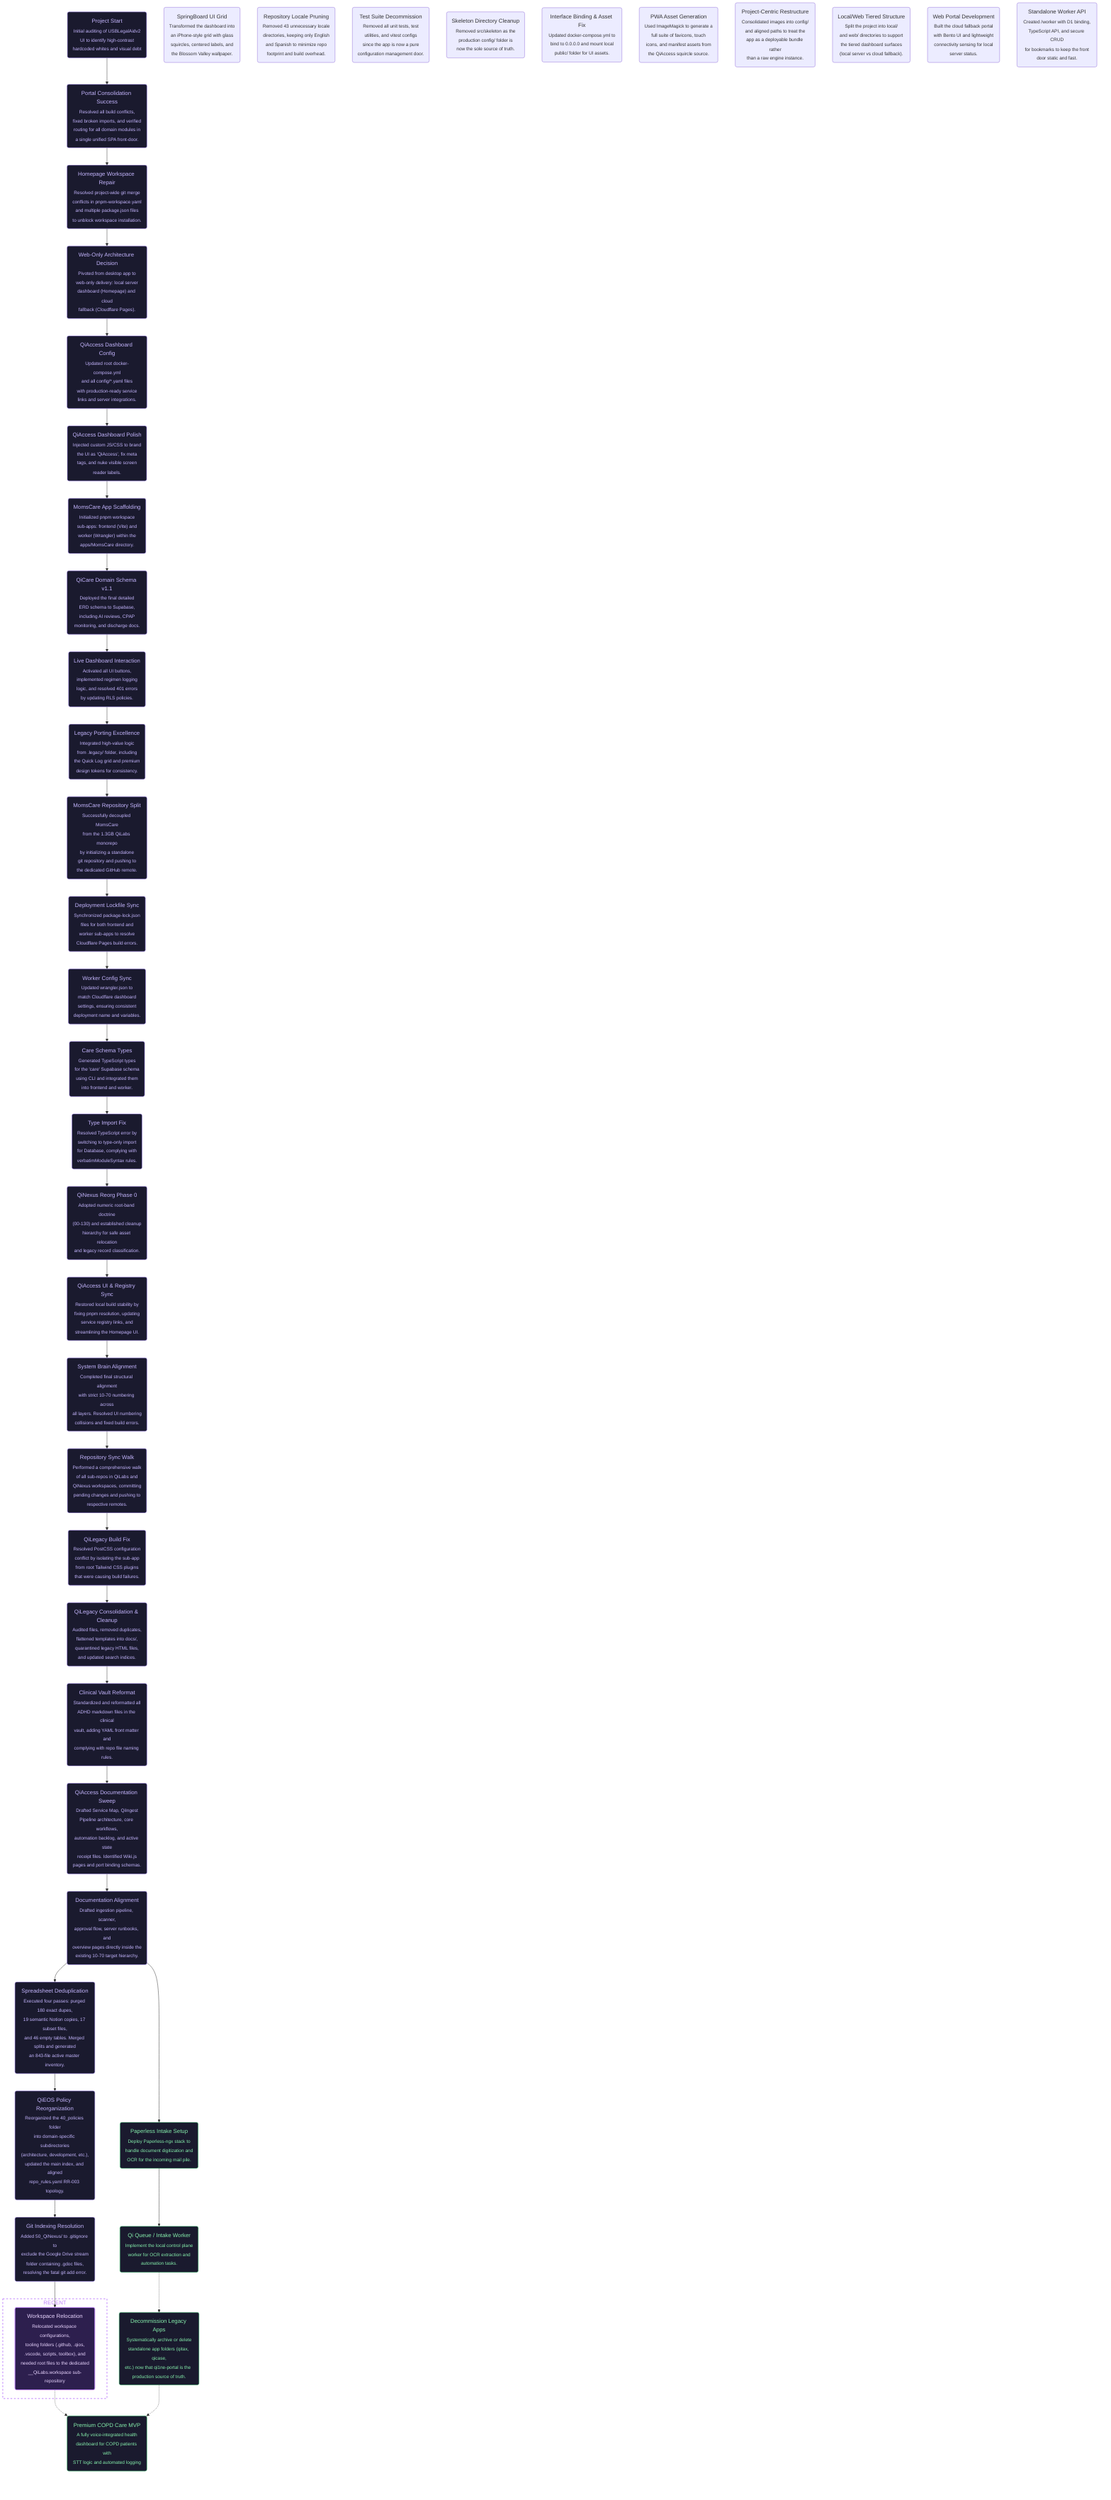
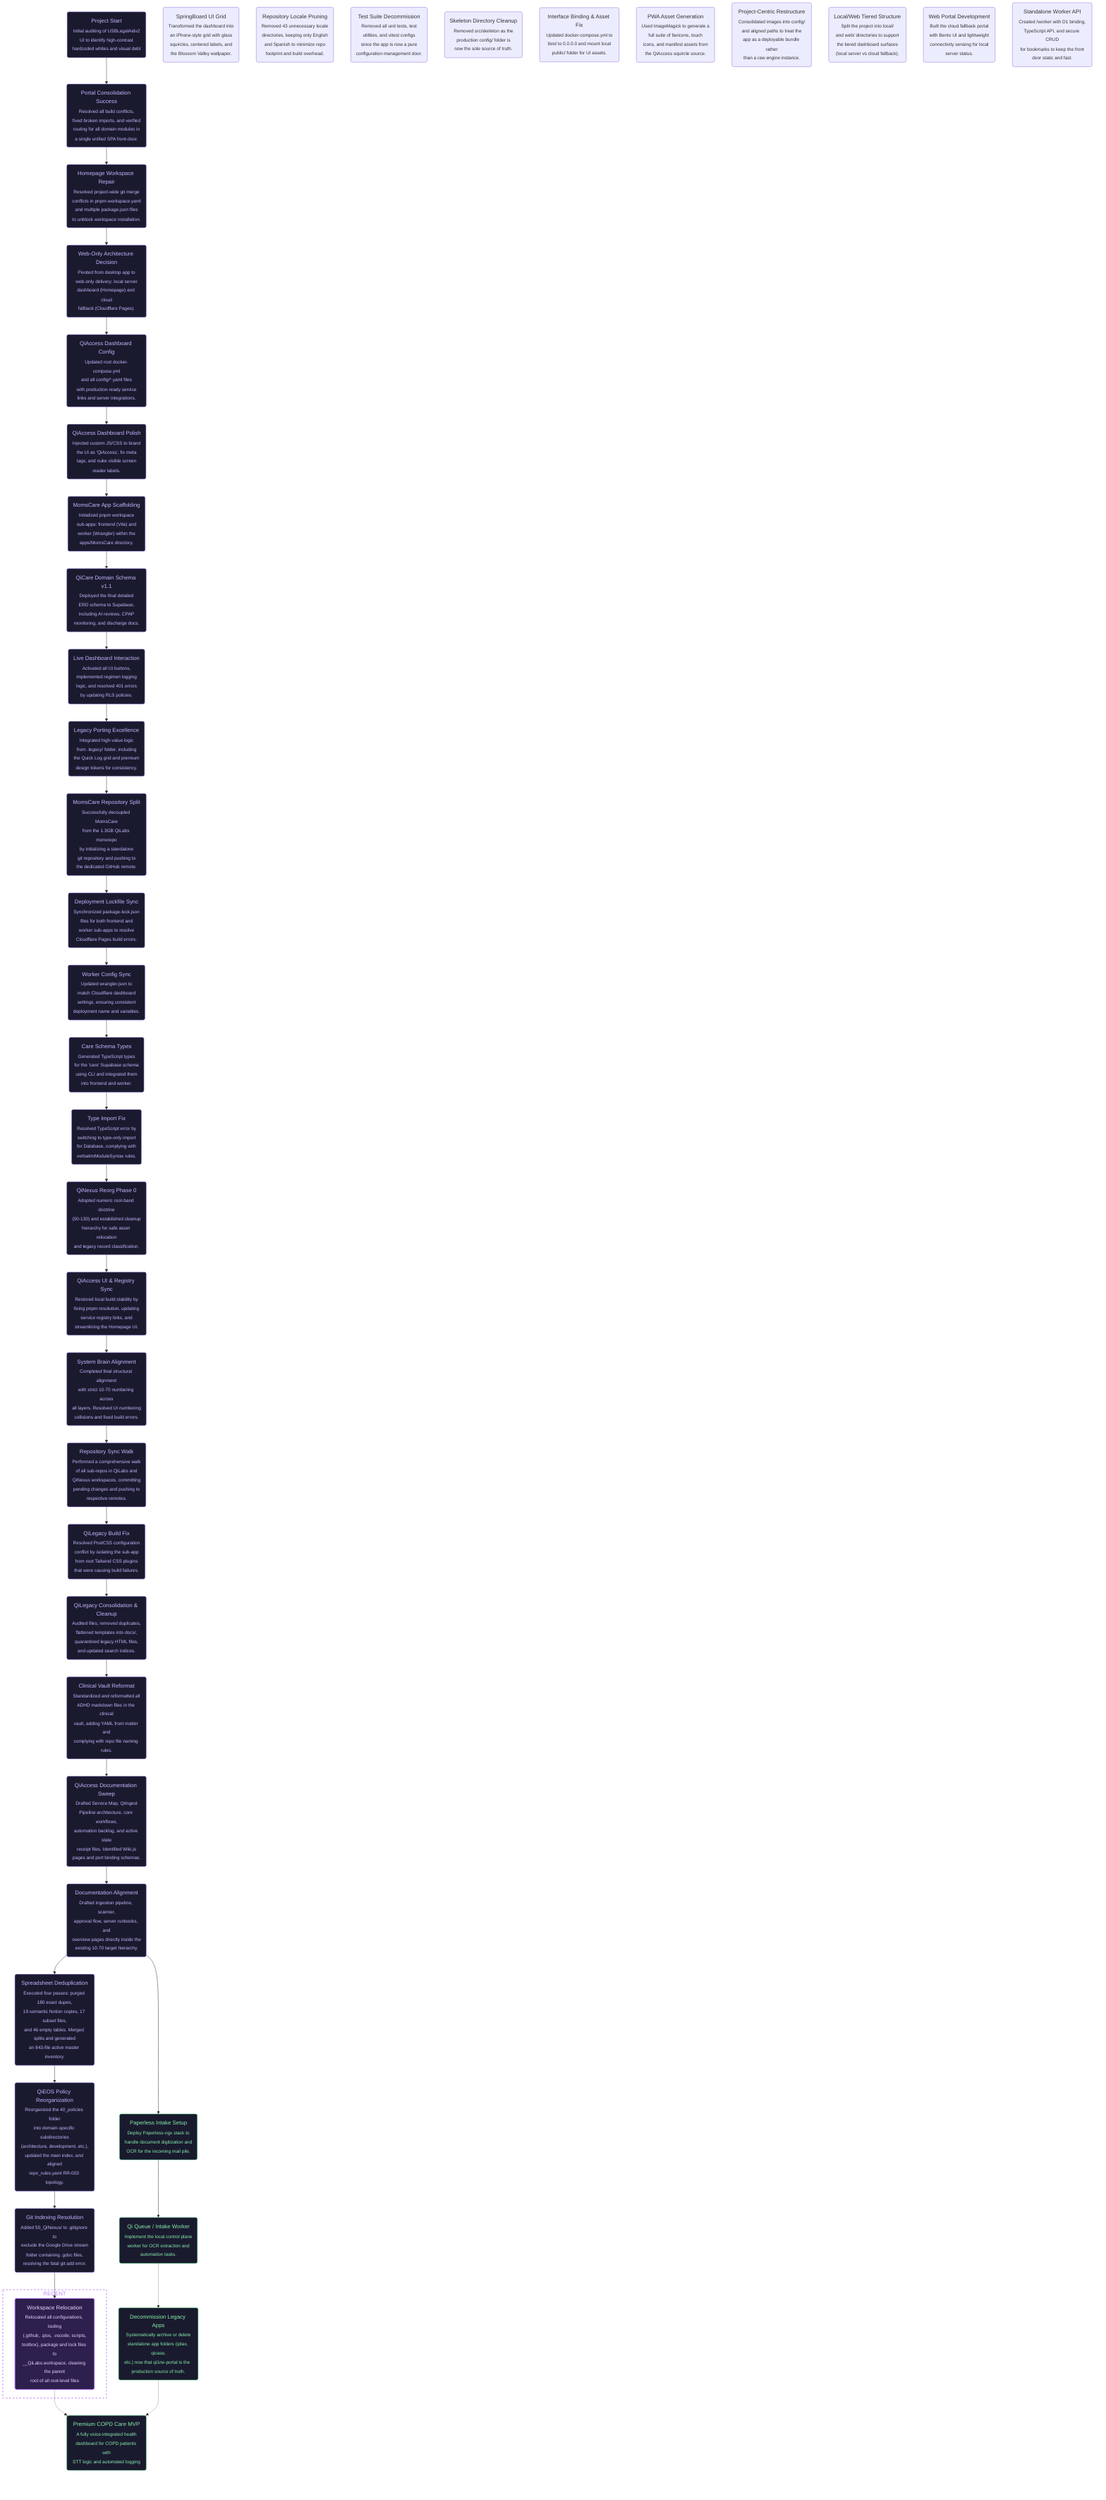
flowchart TD
    %% === PROJECT GOALS ===
    %% Ultimate Goal: Premium Glassmorphic COPD Care MVP (QiHome / Mom Care)
    %% Current Goal: MomsCare MVP Development (Today Screen + Schema)

    %% === START ===
    %% @project_start [start, closed, 2026-04-04, nam]
    project_start("Project Start<br/><sub>Initial auditing of USBLegalAidv2<br/>UI to identify high-contrast<br/>hardcoded whites and visual debt</sub>")

    %% @ultimate_goal [end, opened, 2026-04-09, nam]
    ultimate_goal("Premium COPD Care MVP<br/><sub>A fully voice-integrated health<br/>dashboard for COPD patients with<br/>STT logic and automated logging</sub>")

    %% === COMPLETED WORK ===
    %% @consolidation_success [ai-task, closed, 2026-04-19, nam]
    consolidation_success("Portal Consolidation Success<br/><sub>Resolved all build conflicts,<br/>fixed broken imports, and verified<br/>routing for all domain modules in<br/>a single unified SPA front-door.</sub>")

    %% @homepage_setup [ai-task, closed, 2026-04-21, nam]
    homepage_setup("Homepage Workspace Repair<br/><sub>Resolved project-wide git merge<br/>conflicts in pnpm-workspace.yaml<br/>and multiple package.json files<br/>to unblock workspace installation.</sub>")

    %% @web_only_decision [human-task, closed, 2026-04-21, user]
    web_only_decision("Web-Only Architecture Decision<br/><sub>Pivoted from desktop app to<br/>web-only delivery: local server<br/>dashboard (Homepage) and cloud<br/>fallback (Cloudflare Pages).</sub>")

    %% @homepage_config [ai-task, closed, 2026-04-21, nam]
    homepage_config("QiAccess Dashboard Config<br/><sub>Updated root docker-compose.yml<br/>and all config/*.yaml files<br/>with production-ready service<br/>links and server integrations.</sub>")

    %% @homepage_polish [ai-task, closed, 2026-04-21, nam]
    homepage_polish("QiAccess Dashboard Polish<br/><sub>Injected custom JS/CSS to brand<br/>the UI as 'QiAccess', fix meta<br/>tags, and nuke visible screen<br/>reader labels.</sub>")

    %% @springboard_ui [ai-task, closed, 2026-04-21, nam]
    springboard_ui("SpringBoard UI Grid<br/><sub>Transformed the dashboard into<br/>an iPhone-style grid with glass<br/>squircles, centered labels, and<br/>the Blossom Valley wallpaper.</sub>")

    %% @repo_pruning [ai-task, closed, 2026-04-21, nam]
    repo_pruning("Repository Locale Pruning<br/><sub>Removed 43 unnecessary locale<br/>directories, keeping only English<br/>and Spanish to minimize repo<br/>footprint and build overhead.</sub>")

    %% @test_pruning [ai-task, closed, 2026-04-21, nam]
    test_pruning("Test Suite Decommission<br/><sub>Removed all unit tests, test<br/>utilities, and vitest configs<br/>since the app is now a pure<br/>configuration management door.</sub>")

    %% @skeleton_removal [ai-task, closed, 2026-04-21, nam]
    skeleton_removal("Skeleton Directory Cleanup<br/><sub>Removed src/skeleton as the<br/>production config/ folder is<br/>now the sole source of truth.</sub>")

    %% @compose_v3_fix [ai-task, closed, 2026-04-21, nam]
    compose_v3_fix("Interface Binding & Asset Fix<br/><sub>Updated docker-compose.yml to<br/>bind to 0.0.0.0 and mount local<br/>public/ folder for UI assets.</sub>")

    %% @pwa_asset_generation [ai-task, closed, 2026-04-21, nam]
    pwa_asset_generation("PWA Asset Generation<br/><sub>Used ImageMagick to generate a<br/>full suite of favicons, touch<br/>icons, and manifest assets from<br/>the QiAccess squircle source.</sub>")

    %% @project_centric_restructure [ai-task, closed, 2026-04-21, nam]
    project_centric_restructure("Project-Centric Restructure<br/><sub>Consolidated images into config/<br/>and aligned paths to treat the<br/>app as a deployable bundle rather<br/>than a raw engine instance.</sub>")

    %% @local_web_split [ai-task, closed, 2026-04-21, nam]
    local_web_split("Local/Web Tiered Structure<br/><sub>Split the project into local/<br/>and web/ directories to support<br/>the tiered dashboard surfaces<br/>(local server vs cloud fallback).</sub>")

    %% @web_portal_dev [ai-task, closed, 2026-04-21, nam]
    web_portal_dev("Web Portal Development<br/><sub>Built the cloud fallback portal<br/>with Bento UI and lightweight<br/>connectivity sensing for local<br/>server status.</sub>")

    %% @worker_api_dev [ai-task, closed, 2026-04-21, nam]
    worker_api_dev("Standalone Worker API<br/><sub>Created /worker with D1 binding,<br/>TypeScript API, and secure CRUD<br/>for bookmarks to keep the front<br/>door static and fast.</sub>")

    %% === COMPLETED WORK ===
    %% @moms_care_scaffold [ai-task, closed, 2026-04-21, nam]
    moms_care_scaffold("MomsCare App Scaffolding<br/><sub>Initialized pnpm workspace<br/>sub-apps: frontend (Vite) and<br/>worker (Wrangler) within the<br/>apps/MomsCare directory.</sub>")

    %% @moms_care_schema [ai-task, closed, 2026-04-21, nam]
    moms_care_schema("QiCare Domain Schema v1.1<br/><sub>Deployed the final detailed<br/>ERD schema to Supabase,<br/>including AI reviews, CPAP<br/>monitoring, and discharge docs.</sub>")

    %% @live_dashboard_interaction [ai-task, closed, 2026-04-21, nam]
    live_dashboard_interaction("Live Dashboard Interaction<br/><sub>Activated all UI buttons,<br/>implemented regimen logging<br/>logic, and resolved 401 errors<br/>by updating RLS policies.</sub>")

    %% @legacy_port [ai-task, closed, 2026-04-21, nam]
    legacy_port("Legacy Porting Excellence<br/><sub>Integrated high-value logic<br/>from .legacy/ folder, including<br/>the Quick Log grid and premium<br/>design tokens for consistency.</sub>")

    %% @momscare_repo_split [ai-task, closed, 2026-04-21, nam]
    momscare_repo_split("MomsCare Repository Split<br/><sub>Successfully decoupled MomsCare<br/>from the 1.3GB QiLabs monorepo<br/>by initializing a standalone<br/>git repository and pushing to<br/>the dedicated GitHub remote.</sub>")

    %% @deployment_lockfile_fix [ai-task, closed, 2026-04-21, nam]
    deployment_lockfile_fix("Deployment Lockfile Sync<br/><sub>Synchronized package-lock.json<br/>files for both frontend and<br/>worker sub-apps to resolve<br/>Cloudflare Pages build errors.</sub>")

    %% @worker_config_sync [ai-task, closed, 2026-04-21, nam]
    worker_config_sync("Worker Config Sync<br/><sub>Updated wrangler.json to<br/>match Cloudflare dashboard<br/>settings, ensuring consistent<br/>deployment name and variables.</sub>")

    %% @care_schema_types [ai-task, closed, 2026-04-21, nam]
    care_schema_types("Care Schema Types<br/><sub>Generated TypeScript types<br/>for the 'care' Supabase schema<br/>using CLI and integrated them<br/>into frontend and worker.</sub>")

    %% @type_import_fix [ai-task, closed, 2026-04-21, nam]
    type_import_fix("Type Import Fix<br/><sub>Resolved TypeScript error by<br/>switching to type-only import<br/>for Database, complying with<br/>verbatimModuleSyntax rules.</sub>")

    %% @qinexus_reorg_ph0 [ai-task, closed, 2026-05-10, antigravity]
    qinexus_reorg_ph0("QiNexus Reorg Phase 0<br/><sub>Adopted numeric root-band doctrine<br/>(00-130) and established cleanup<br/>hierarchy for safe asset relocation<br/>and legacy record classification.</sub>")

    %% @qiaccess_ui_repair [ai-task, closed, 2026-05-10, antigravity]
    qiaccess_ui_repair("QiAccess UI & Registry Sync<br/><sub>Restored local build stability by<br/>fixing pnpm resolution, updating<br/>service registry links, and<br/>streamlining the Homepage UI.</sub>")

    %% @brain_alignment_final [ai-task, closed, 2026-05-12, antigravity]
    brain_alignment_final("System Brain Alignment<br/><sub>Completed final structural alignment<br/>with strict 10-70 numbering across<br/>all layers. Resolved UI numbering<br/>collisions and fixed build errors.</sub>")

    %% === COMPLETED WORK ===
    %% @repo_sync_walk [ai-task, closed, 2026-05-15, antigravity]
    repo_sync_walk("Repository Sync Walk<br/><sub>Performed a comprehensive walk<br/>of all sub-repos in QiLabs and<br/>QiNexus workspaces, committing<br/>pending changes and pushing to<br/>respective remotes.</sub>")

    %% @qilegacy_build_fix [ai-task, closed, 2026-05-15, antigravity]
    qilegacy_build_fix("QiLegacy Build Fix<br/><sub>Resolved PostCSS configuration<br/>conflict by isolating the sub-app<br/>from root Tailwind CSS plugins<br/>that were causing build failures.</sub>")

    %% @qilegacy_restructure_cleanup [ai-task, closed, 2026-05-19, antigravity]
    qilegacy_restructure_cleanup("QiLegacy Consolidation & Cleanup<br/><sub>Audited files, removed duplicates,<br/>flattened templates into docs/,<br/>quarantined legacy HTML files,<br/>and updated search indices.</sub>")

    %% @clinical_vault_format [ai-task, closed, 2026-05-24, antigravity]
    clinical_vault_format("Clinical Vault Reformat<br/><sub>Standardized and reformatted all<br/>ADHD markdown files in the clinical<br/>vault, adding YAML front matter and<br/>complying with repo file naming rules.</sub>")

    %% @docs_consolidation [ai-task, closed, 2026-05-26, antigravity]
    docs_consolidation("QiAccess Documentation Sweep<br/><sub>Drafted Service Map, QiIngest<br/>Pipeline architecture, core workflows,<br/>automation backlog, and active state<br/>receipt files. Identified Wiki.js<br/>pages and port binding schemas.</sub>")

    %% @docs_alignment [ai-task, closed, 2026-05-26, antigravity]
    docs_alignment("Documentation Alignment<br/><sub>Drafted ingestion pipeline, scanner,<br/>approval flow, server runbooks, and<br/>overview pages directly inside the<br/>existing 10-70 target hierarchy.</sub>")

    %% @spreadsheet_deduplication [ai-task, closed, 2026-05-26, antigravity]
    spreadsheet_deduplication("Spreadsheet Deduplication<br/><sub>Executed four passes: purged 180 exact dupes,<br/>19 semantic Notion copies, 17 subset files,<br/>and 46 empty tables. Merged splits and generated<br/>an 843-file active master inventory.</sub>")

    %% @policy_reorganization [ai-task, closed, 2026-06-01, antigravity]
    policy_reorganization("QiEOS Policy Reorganization<br/><sub>Reorganized the 40_policies folder<br/>into domain-specific subdirectories<br/>(architecture, development, etc.),<br/>updated the main index, and aligned<br/>repo_rules.yaml RR-003 topology.</sub>")

    %% @git_indexing_fix [ai-task, closed, 2026-06-01, antigravity]
    git_indexing_fix("Git Indexing Resolution<br/><sub>Added 50_QiNexus/ to .gitignore to<br/>exclude the Google Drive stream<br/>folder containing .gdoc files,<br/>resolving the fatal git add error.</sub>")

    %% @workspace_relocation [ai-task, closed, 2026-06-13, antigravity]
-     workspace_relocation("Workspace Relocation<br/><sub>Relocated workspace configurations,<br/>tooling folders (.github, .qios,<br/>.vscode, scripts, toolbox), and<br/>needed root files to the dedicated<br/>__QiLabs.workspace sub-repository</sub>")
+     workspace_relocation("Workspace Relocation<br/><sub>Relocated all configurations, tooling<br/>(.github, .qios, .vscode, scripts,<br/>toolbox), package and lock files to<br/>__QiLabs.workspace, cleaning the parent<br/>root of all root-level files</sub>")

    %% === RECENT WORK ===
    subgraph recent [RECENT]
        workspace_relocation
    end

    %% === FUTURE WORK ===
    %% @paperless_setup [ai-task, opened, 2026-04-21, nam]
    paperless_setup("Paperless Intake Setup<br/><sub>Deploy Paperless-ngx stack to<br/>handle document digitization and<br/>OCR for the incoming mail pile.</sub>")


    %% @qi_queue_worker [ai-task, opened, 2026-04-21, nam]
    qi_queue_worker("Qi Queue / Intake Worker<br/><sub>Implement the local control plane<br/>worker for OCR extraction and<br/>automation tasks.</sub>")

    %% @legacy_cleanup [human-task, opened, 2026-04-19, user]
    legacy_cleanup("Decommission Legacy Apps<br/><sub>Systematically archive or delete<br/>standalone app folders (qitax, qicase,<br/>etc.) now that qi1ne-portal is the  production source of truth.</sub>")

    %% === CONNECTIONS ===
    project_start --> consolidation_success
    consolidation_success --> homepage_setup
    homepage_setup --> web_only_decision
    web_only_decision --> homepage_config
    homepage_config --> homepage_polish
    homepage_polish --> moms_care_scaffold
    moms_care_scaffold --> moms_care_schema
    moms_care_schema --> live_dashboard_interaction
    live_dashboard_interaction --> legacy_port
    legacy_port --> momscare_repo_split
    momscare_repo_split --> deployment_lockfile_fix
    deployment_lockfile_fix --> worker_config_sync
    worker_config_sync --> care_schema_types
    care_schema_types --> type_import_fix
    type_import_fix --> qinexus_reorg_ph0
    qinexus_reorg_ph0 --> qiaccess_ui_repair
    qiaccess_ui_repair --> brain_alignment_final
    brain_alignment_final --> repo_sync_walk
    repo_sync_walk --> qilegacy_build_fix
    qilegacy_build_fix --> qilegacy_restructure_cleanup
    qilegacy_restructure_cleanup --> clinical_vault_format
    clinical_vault_format --> docs_consolidation
    docs_consolidation --> docs_alignment
    docs_alignment --> paperless_setup
    docs_alignment --> spreadsheet_deduplication
    spreadsheet_deduplication --> policy_reorganization
    policy_reorganization --> git_indexing_fix
    paperless_setup --> qi_queue_worker
    qi_queue_worker -.-> legacy_cleanup
    git_indexing_fix --> workspace_relocation
    workspace_relocation -.-> ultimate_goal
    legacy_cleanup -.-> ultimate_goal

    %% === STYLES ===
    %% Closed tasks (soft purple)
    style project_start fill:#1a1a2e,stroke:#a78bfa,color:#c4b5fd,stroke-width:1px
    style consolidation_success fill:#1a1a2e,stroke:#a78bfa,color:#c4b5fd,stroke-width:1px
    style homepage_setup fill:#1a1a2e,stroke:#a78bfa,color:#c4b5fd,stroke-width:1px
    style web_only_decision fill:#1a1a2e,stroke:#a78bfa,color:#c4b5fd,stroke-width:1px
    style homepage_config fill:#1a1a2e,stroke:#a78bfa,color:#c4b5fd,stroke-width:1px
    style homepage_polish fill:#1a1a2e,stroke:#a78bfa,color:#c4b5fd,stroke-width:1px
    style moms_care_scaffold fill:#1a1a2e,stroke:#a78bfa,color:#c4b5fd,stroke-width:1px
    style moms_care_schema fill:#1a1a2e,stroke:#a78bfa,color:#c4b5fd,stroke-width:1px
    style live_dashboard_interaction fill:#1a1a2e,stroke:#a78bfa,color:#c4b5fd,stroke-width:1px
    style legacy_port fill:#1a1a2e,stroke:#a78bfa,color:#c4b5fd,stroke-width:1px
    style momscare_repo_split fill:#1a1a2e,stroke:#a78bfa,color:#c4b5fd,stroke-width:1px
    style deployment_lockfile_fix fill:#1a1a2e,stroke:#a78bfa,color:#c4b5fd,stroke-width:1px
    style worker_config_sync fill:#1a1a2e,stroke:#a78bfa,color:#c4b5fd,stroke-width:1px
    style care_schema_types fill:#1a1a2e,stroke:#a78bfa,color:#c4b5fd,stroke-width:1px
    style type_import_fix fill:#1a1a2e,stroke:#a78bfa,color:#c4b5fd,stroke-width:1px
    style qinexus_reorg_ph0 fill:#1a1a2e,stroke:#a78bfa,color:#c4b5fd,stroke-width:1px
    style qiaccess_ui_repair fill:#1a1a2e,stroke:#a78bfa,color:#c4b5fd,stroke-width:1px
    style brain_alignment_final fill:#1a1a2e,stroke:#a78bfa,color:#c4b5fd,stroke-width:1px
    style repo_sync_walk fill:#1a1a2e,stroke:#a78bfa,color:#c4b5fd,stroke-width:1px
    style qilegacy_build_fix fill:#1a1a2e,stroke:#a78bfa,color:#c4b5fd,stroke-width:1px
    style qilegacy_restructure_cleanup fill:#1a1a2e,stroke:#a78bfa,color:#c4b5fd,stroke-width:1px
    style clinical_vault_format fill:#1a1a2e,stroke:#a78bfa,color:#c4b5fd,stroke-width:1px
    style docs_consolidation fill:#1a1a2e,stroke:#a78bfa,color:#c4b5fd,stroke-width:1px
    style docs_alignment fill:#1a1a2e,stroke:#a78bfa,color:#c4b5fd,stroke-width:1px
    style spreadsheet_deduplication fill:#1a1a2e,stroke:#a78bfa,color:#c4b5fd,stroke-width:1px
    style policy_reorganization fill:#1a1a2e,stroke:#a78bfa,color:#c4b5fd,stroke-width:1px
    style git_indexing_fix fill:#1a1a2e,stroke:#a78bfa,color:#c4b5fd,stroke-width:1px
    style workspace_relocation fill:#2d1f4e,stroke:#c084fc,color:#e9d5ff,stroke-width:2px

    %% Recent subgraph (dashed border)
    style recent fill:transparent,stroke:#c084fc,color:#c084fc,stroke-width:2px,stroke-dasharray:5 5

    %% Open tasks (soft green)
    style ultimate_goal fill:#1a1a2e,stroke:#4ade80,color:#86efac,stroke-width:1px
    style legacy_cleanup fill:#1a1a2e,stroke:#4ade80,color:#86efac,stroke-width:1px
    style paperless_setup fill:#1a1a2e,stroke:#4ade80,color:#86efac,stroke-width:1px
    style qi_queue_worker fill:#1a1a2e,stroke:#4ade80,color:#86efac,stroke-width:1px
